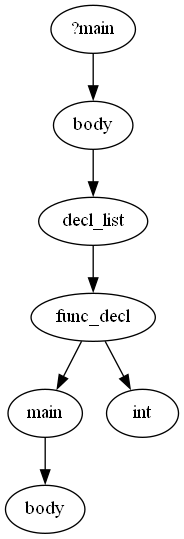
This is printer/images/AST.gv.png from KianBankeLarsen/Compiler, a Graphviz export, as it was before one commit. Its source is kept beside it as printer/images/AST.gv.
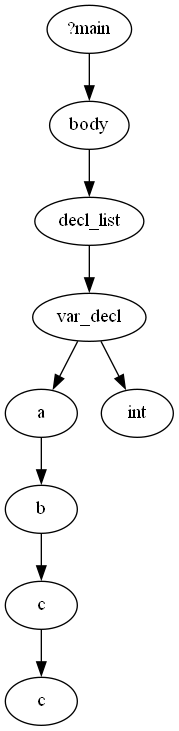
The same diagram one commit later.

Change to the diagram source:
```diff
@@ -1,15 +1,19 @@
 digraph AST {
 	0 [label="?main"]
 	1 [label=body]
-	2 [label=func_decl]
-	3 [label=main]
-	4 [label=body]
+	2 [label=var_decl]
+	3 [label=a]
+	4 [label=b]
+	5 [label=c]
+	6 [label=c]
+	5 -> 6
+	4 -> 5
 	3 -> 4
-	5 [label=int]
+	7 [label=int]
 	2 -> 3
-	2 -> 5
-	6 [label=decl_list]
-	6 -> 2
-	1 -> 6
+	2 -> 7
+	8 [label=decl_list]
+	8 -> 2
+	1 -> 8
 	0 -> 1
 }
```
